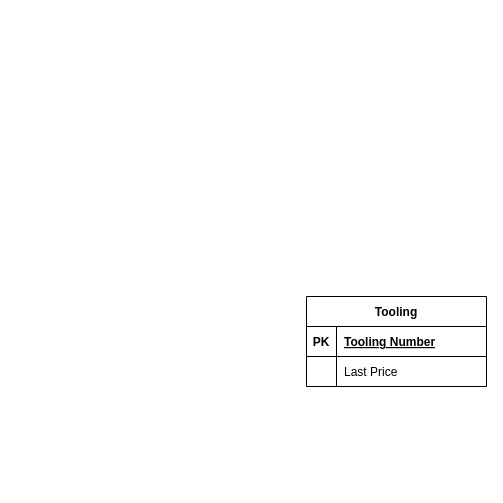
Earlier version of the draw.io diagram Database/Schema Tracking.drawio (L-Bauer/RFID-Tracking). Source tidied: cells renumbered, new cells numbered last; positions are measured from the earlier drawing's top-left corner, leaving out a move shared by most shapes. Both pictures are drawn from the tidied source at 100%, with x=0, y=0 at pixel (306, 296).
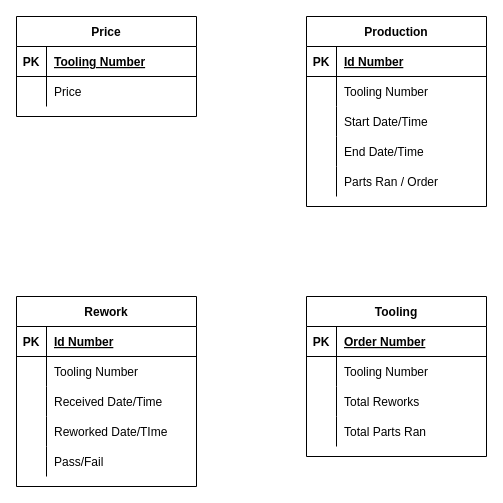
Above is the later version.

What changed in the source:
```diff
@@
+    <mxCell id="9" value="Rework" style="shape=table;startSize=30;childLayout=tableLayout;rowLines=0;fontStyle=1;align=center;" parent="1" vertex="1">
+      <mxGeometry x="-290" width="180" height="190" as="geometry" />
+    </mxCell>
+    <mxCell id="10" style="shape=tableRow;horizontal=0;startSize=0;swimlaneHead=0;swimlaneBody=0;fillColor=none;top=0;left=0;right=0;bottom=1;" parent="9" vertex="1">
+      <mxGeometry y="30" width="180" height="30" as="geometry" />
+    </mxCell>
+    <mxCell id="11" value="PK" style="shape=partialRectangle;fillColor=none;top=0;left=0;bottom=0;right=0;fontStyle=1;overflow=hidden;" parent="10" vertex="1">
+      <mxGeometry width="30" height="30" as="geometry" />
+    </mxCell>
+    <mxCell id="12" value="Id Number" style="shape=partialRectangle;fillColor=none;top=0;left=0;bottom=0;right=0;align=left;spacingLeft=6;fontStyle=5;overflow=hidden;" parent="10" vertex="1">
+      <mxGeometry x="30" width="150" height="30" as="geometry" />
+    </mxCell>
+    <mxCell id="13" style="shape=tableRow;horizontal=0;startSize=0;swimlaneHead=0;swimlaneBody=0;fillColor=none;top=0;left=0;right=0;bottom=0;" parent="9" vertex="1">
+      <mxGeometry y="60" width="180" height="30" as="geometry" />
+    </mxCell>
+    <mxCell id="14" style="shape=partialRectangle;fillColor=none;top=0;left=0;bottom=0;right=0;overflow=hidden;" parent="13" vertex="1">
+      <mxGeometry width="30" height="30" as="geometry" />
+    </mxCell>
+    <mxCell id="15" value="Tooling Number" style="shape=partialRectangle;fillColor=none;top=0;left=0;bottom=0;right=0;align=left;spacingLeft=6;overflow=hidden;" parent="13" vertex="1">
+      <mxGeometry x="30" width="150" height="30" as="geometry" />
+    </mxCell>
+    <mxCell id="16" style="shape=tableRow;horizontal=0;startSize=0;swimlaneHead=0;swimlaneBody=0;fillColor=none;top=0;left=0;right=0;bottom=0;" parent="9" vertex="1">
+      <mxGeometry y="90" width="180" height="30" as="geometry" />
+    </mxCell>
+    <mxCell id="17" style="shape=partialRectangle;fillColor=none;top=0;left=0;bottom=0;right=0;overflow=hidden;" parent="16" vertex="1">
+      <mxGeometry width="30" height="30" as="geometry" />
+    </mxCell>
+    <mxCell id="18" value="Received Date/Time" style="shape=partialRectangle;fillColor=none;top=0;left=0;bottom=0;right=0;align=left;spacingLeft=6;overflow=hidden;" parent="16" vertex="1">
+      <mxGeometry x="30" width="150" height="30" as="geometry" />
+    </mxCell>
+    <mxCell id="19" style="shape=tableRow;horizontal=0;startSize=0;swimlaneHead=0;swimlaneBody=0;fillColor=none;top=0;left=0;right=0;bottom=0;" parent="9" vertex="1">
+      <mxGeometry y="120" width="180" height="30" as="geometry" />
+    </mxCell>
+    <mxCell id="20" style="shape=partialRectangle;fillColor=none;top=0;left=0;bottom=0;right=0;overflow=hidden;" parent="19" vertex="1">
+      <mxGeometry width="30" height="30" as="geometry" />
+    </mxCell>
+    <mxCell id="21" value="Reworked Date/TIme" style="shape=partialRectangle;fillColor=none;top=0;left=0;bottom=0;right=0;align=left;spacingLeft=6;overflow=hidden;" parent="19" vertex="1">
+      <mxGeometry x="30" width="150" height="30" as="geometry" />
+    </mxCell>
+    <mxCell id="22" style="shape=tableRow;horizontal=0;startSize=0;swimlaneHead=0;swimlaneBody=0;fillColor=none;top=0;left=0;right=0;bottom=0;" parent="9" vertex="1">
+      <mxGeometry y="150" width="180" height="30" as="geometry" />
+    </mxCell>
+    <mxCell id="23" style="shape=partialRectangle;fillColor=none;top=0;left=0;bottom=0;right=0;overflow=hidden;" parent="22" vertex="1">
+      <mxGeometry width="30" height="30" as="geometry" />
+    </mxCell>
+    <mxCell id="24" value="Pass/Fail" style="shape=partialRectangle;fillColor=none;top=0;left=0;bottom=0;right=0;align=left;spacingLeft=6;overflow=hidden;" parent="22" vertex="1">
+      <mxGeometry x="30" width="150" height="30" as="geometry" />
+    </mxCell>
+    <mxCell id="25" value="Production" style="shape=table;startSize=30;childLayout=tableLayout;rowLines=0;fontStyle=1;align=center;" parent="1" vertex="1">
+      <mxGeometry y="-280" width="180" height="190" as="geometry" />
+    </mxCell>
+    <mxCell id="26" style="shape=tableRow;horizontal=0;startSize=0;swimlaneHead=0;swimlaneBody=0;fillColor=none;top=0;left=0;right=0;bottom=1;" parent="25" vertex="1">
+      <mxGeometry y="30" width="180" height="30" as="geometry" />
+    </mxCell>
+    <mxCell id="27" value="PK" style="shape=partialRectangle;fillColor=none;top=0;left=0;bottom=0;right=0;fontStyle=1;overflow=hidden;" parent="26" vertex="1">
+      <mxGeometry width="30" height="30" as="geometry" />
+    </mxCell>
+    <mxCell id="28" value="Id Number" style="shape=partialRectangle;fillColor=none;top=0;left=0;bottom=0;right=0;align=left;spacingLeft=6;fontStyle=5;overflow=hidden;" parent="26" vertex="1">
+      <mxGeometry x="30" width="150" height="30" as="geometry" />
+    </mxCell>
+    <mxCell id="29" style="shape=tableRow;horizontal=0;startSize=0;swimlaneHead=0;swimlaneBody=0;fillColor=none;top=0;left=0;right=0;bottom=0;" parent="25" vertex="1">
+      <mxGeometry y="60" width="180" height="30" as="geometry" />
+    </mxCell>
+    <mxCell id="30" style="shape=partialRectangle;fillColor=none;top=0;left=0;bottom=0;right=0;overflow=hidden;" parent="29" vertex="1">
+      <mxGeometry width="30" height="30" as="geometry" />
+    </mxCell>
+    <mxCell id="31" value="Tooling Number" style="shape=partialRectangle;fillColor=none;top=0;left=0;bottom=0;right=0;align=left;spacingLeft=6;overflow=hidden;" parent="29" vertex="1">
+      <mxGeometry x="30" width="150" height="30" as="geometry" />
+    </mxCell>
+    <mxCell id="32" style="shape=tableRow;horizontal=0;startSize=0;swimlaneHead=0;swimlaneBody=0;fillColor=none;top=0;left=0;right=0;bottom=0;" parent="25" vertex="1">
+      <mxGeometry y="90" width="180" height="30" as="geometry" />
+    </mxCell>
+    <mxCell id="33" style="shape=partialRectangle;fillColor=none;top=0;left=0;bottom=0;right=0;overflow=hidden;" parent="32" vertex="1">
+      <mxGeometry width="30" height="30" as="geometry" />
+    </mxCell>
+    <mxCell id="34" value="Start Date/Time" style="shape=partialRectangle;fillColor=none;top=0;left=0;bottom=0;right=0;align=left;spacingLeft=6;overflow=hidden;" parent="32" vertex="1">
+      <mxGeometry x="30" width="150" height="30" as="geometry" />
+    </mxCell>
+    <mxCell id="35" style="shape=tableRow;horizontal=0;startSize=0;swimlaneHead=0;swimlaneBody=0;fillColor=none;top=0;left=0;right=0;bottom=0;" parent="25" vertex="1">
+      <mxGeometry y="120" width="180" height="30" as="geometry" />
+    </mxCell>
+    <mxCell id="36" style="shape=partialRectangle;fillColor=none;top=0;left=0;bottom=0;right=0;overflow=hidden;" parent="35" vertex="1">
+      <mxGeometry width="30" height="30" as="geometry" />
+    </mxCell>
+    <mxCell id="37" value="End Date/Time" style="shape=partialRectangle;fillColor=none;top=0;left=0;bottom=0;right=0;align=left;spacingLeft=6;overflow=hidden;" parent="35" vertex="1">
+      <mxGeometry x="30" width="150" height="30" as="geometry" />
+    </mxCell>
+    <mxCell id="38" style="shape=tableRow;horizontal=0;startSize=0;swimlaneHead=0;swimlaneBody=0;fillColor=none;top=0;left=0;right=0;bottom=0;" parent="25" vertex="1">
+      <mxGeometry y="150" width="180" height="30" as="geometry" />
+    </mxCell>
+    <mxCell id="39" style="shape=partialRectangle;fillColor=none;top=0;left=0;bottom=0;right=0;overflow=hidden;" parent="38" vertex="1">
+      <mxGeometry width="30" height="30" as="geometry" />
+    </mxCell>
+    <mxCell id="40" value="Parts Ran / Order" style="shape=partialRectangle;fillColor=none;top=0;left=0;bottom=0;right=0;align=left;spacingLeft=6;overflow=hidden;" parent="38" vertex="1">
+      <mxGeometry x="30" width="150" height="30" as="geometry" />
+    </mxCell>
     <mxCell id="2" value="Tooling" style="shape=table;startSize=30;childLayout=tableLayout;rowLines=0;fontStyle=1;align=center;" parent="1" vertex="1">
-      <mxGeometry width="180" height="90" as="geometry" />
+      <mxGeometry width="180" height="160" as="geometry" />
     </mxCell>
-    <mxCell id="3" style="shape=tableRow;horizontal=0;startSize=0;swimlaneHead=0;swimlaneBody=0;fillColor=none;top=0;left=0;right=0;bottom=1;" parent="2" vertex="1">
-      <mxGeometry y="30" width="180" height="30" as="geometry" />
-    </mxCell>
-    <mxCell id="4" value="PK" style="shape=partialRectangle;fillColor=none;top=0;left=0;bottom=0;right=0;fontStyle=1;overflow=hidden;" parent="3" vertex="1">
-      <mxGeometry width="30" height="30" as="geometry" />
-    </mxCell>
+    <mxCell id="41" style="shape=tableRow;horizontal=0;startSize=0;swimlaneHead=0;swimlaneBody=0;fillColor=none;top=0;left=0;right=0;bottom=1;" parent="2" vertex="1">
+      <mxGeometry y="30" width="180" height="30" as="geometry" />
+    </mxCell>
+    <mxCell id="42" value="PK" style="shape=partialRectangle;fillColor=none;top=0;left=0;bottom=0;right=0;fontStyle=1;overflow=hidden;" parent="41" vertex="1">
+      <mxGeometry width="30" height="30" as="geometry" />
+    </mxCell>
+    <mxCell id="43" value="Order Number" style="shape=partialRectangle;fillColor=none;top=0;left=0;bottom=0;right=0;align=left;spacingLeft=6;fontStyle=5;overflow=hidden;" parent="41" vertex="1">
+      <mxGeometry x="30" width="150" height="30" as="geometry" />
+    </mxCell>
+    <mxCell id="44" style="shape=tableRow;horizontal=0;startSize=0;swimlaneHead=0;swimlaneBody=0;fillColor=none;top=0;left=0;right=0;bottom=0;" parent="2" vertex="1">
+      <mxGeometry y="60" width="180" height="30" as="geometry" />
+    </mxCell>
+    <mxCell id="45" style="shape=partialRectangle;fillColor=none;top=0;left=0;bottom=0;right=0;overflow=hidden;" parent="44" vertex="1">
+      <mxGeometry width="30" height="30" as="geometry" />
+    </mxCell>
+    <mxCell id="46" value="Tooling Number" style="shape=partialRectangle;fillColor=none;top=0;left=0;bottom=0;right=0;align=left;spacingLeft=6;overflow=hidden;" parent="44" vertex="1">
+      <mxGeometry x="30" width="150" height="30" as="geometry" />
+    </mxCell>
+    <mxCell id="47" style="shape=tableRow;horizontal=0;startSize=0;swimlaneHead=0;swimlaneBody=0;fillColor=none;top=0;left=0;right=0;bottom=0;" parent="2" vertex="1">
+      <mxGeometry y="90" width="180" height="30" as="geometry" />
+    </mxCell>
+    <mxCell id="48" style="shape=partialRectangle;fillColor=none;top=0;left=0;bottom=0;right=0;overflow=hidden;" parent="47" vertex="1">
+      <mxGeometry width="30" height="30" as="geometry" />
+    </mxCell>
+    <mxCell id="49" value="Total Reworks" style="shape=partialRectangle;fillColor=none;top=0;left=0;bottom=0;right=0;align=left;spacingLeft=6;overflow=hidden;" parent="47" vertex="1">
+      <mxGeometry x="30" width="150" height="30" as="geometry" />
+    </mxCell>
+    <mxCell id="50" style="shape=tableRow;horizontal=0;startSize=0;swimlaneHead=0;swimlaneBody=0;fillColor=none;top=0;left=0;right=0;bottom=0;" parent="2" vertex="1">
+      <mxGeometry y="120" width="180" height="30" as="geometry" />
+    </mxCell>
+    <mxCell id="51" style="shape=partialRectangle;fillColor=none;top=0;left=0;bottom=0;right=0;overflow=hidden;" parent="50" vertex="1">
+      <mxGeometry width="30" height="30" as="geometry" />
+    </mxCell>
+    <mxCell id="52" value="Total Parts Ran" style="shape=partialRectangle;fillColor=none;top=0;left=0;bottom=0;right=0;align=left;spacingLeft=6;overflow=hidden;" parent="50" vertex="1">
+      <mxGeometry x="30" width="150" height="30" as="geometry" />
+    </mxCell>
+    <mxCell id="53" value="Price" style="shape=table;startSize=30;childLayout=tableLayout;rowLines=0;fontStyle=1;align=center;" parent="1" vertex="1">
+      <mxGeometry x="-290" y="-280" width="180" height="100" as="geometry" />
+    </mxCell>
+    <mxCell id="54" style="shape=tableRow;horizontal=0;startSize=0;swimlaneHead=0;swimlaneBody=0;fillColor=none;top=0;left=0;right=0;bottom=1;" parent="53" vertex="1">
+      <mxGeometry y="30" width="180" height="30" as="geometry" />
+    </mxCell>
+    <mxCell id="55" value="PK" style="shape=partialRectangle;fillColor=none;top=0;left=0;bottom=0;right=0;fontStyle=1;overflow=hidden;" parent="54" vertex="1">
+      <mxGeometry width="30" height="30" as="geometry" />
+    </mxCell>
-    <mxCell id="5" value="Tooling Number" style="shape=partialRectangle;fillColor=none;top=0;left=0;bottom=0;right=0;align=left;spacingLeft=6;fontStyle=5;overflow=hidden;" parent="3" vertex="1">
+    <mxCell id="5" value="Tooling Number" style="shape=partialRectangle;fillColor=none;top=0;left=0;bottom=0;right=0;align=left;spacingLeft=6;fontStyle=5;overflow=hidden;" parent="54" vertex="1">
       <mxGeometry x="30" width="150" height="30" as="geometry" />
     </mxCell>
-    <mxCell id="6" style="shape=tableRow;horizontal=0;startSize=0;swimlaneHead=0;swimlaneBody=0;fillColor=none;top=0;left=0;right=0;bottom=0;" parent="2" vertex="1">
-      <mxGeometry y="60" width="180" height="30" as="geometry" />
-    </mxCell>
-    <mxCell id="7" style="shape=partialRectangle;fillColor=none;top=0;left=0;bottom=0;right=0;overflow=hidden;" parent="6" vertex="1">
-      <mxGeometry width="30" height="30" as="geometry" />
-    </mxCell>
-    <mxCell id="8" value="Last Price" style="shape=partialRectangle;fillColor=none;top=0;left=0;bottom=0;right=0;align=left;spacingLeft=6;overflow=hidden;" parent="6" vertex="1">
-      <mxGeometry x="30" width="150" height="30" as="geometry" />
-    </mxCell>
+    <mxCell id="56" style="shape=tableRow;horizontal=0;startSize=0;swimlaneHead=0;swimlaneBody=0;fillColor=none;top=0;left=0;right=0;bottom=0;" parent="53" vertex="1">
+      <mxGeometry y="60" width="180" height="30" as="geometry" />
+    </mxCell>
+    <mxCell id="57" style="shape=partialRectangle;fillColor=none;top=0;left=0;bottom=0;right=0;overflow=hidden;" parent="56" vertex="1">
+      <mxGeometry width="30" height="30" as="geometry" />
+    </mxCell>
+    <mxCell id="58" value="Price" style="shape=partialRectangle;fillColor=none;top=0;left=0;bottom=0;right=0;align=left;spacingLeft=6;overflow=hidden;" parent="56" vertex="1">
+      <mxGeometry x="30" width="150" height="30" as="geometry" />
+    </mxCell>
```
